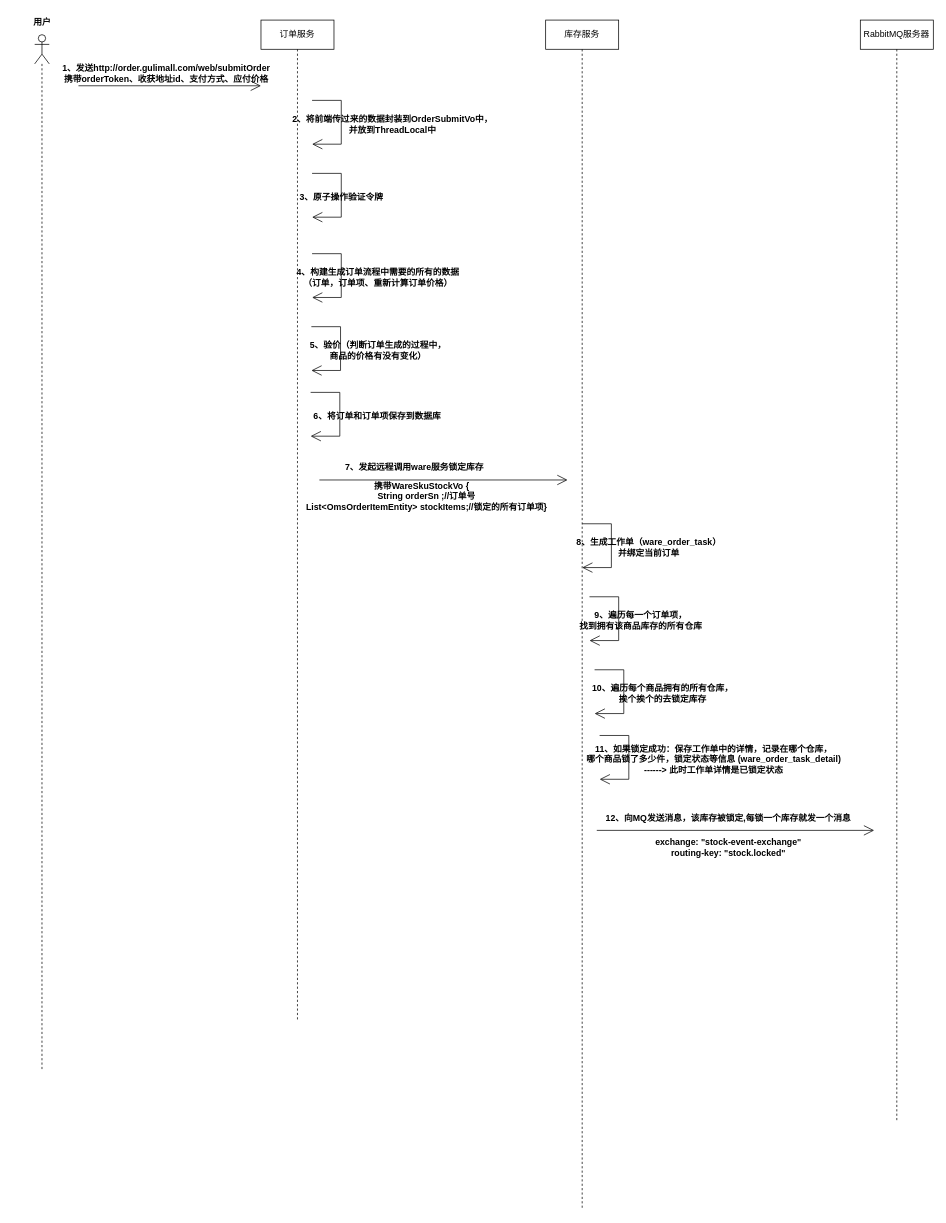
This is ShopBusiness/提交订单.drawio from Chaimek/LearnPictures, a draw.io file, before an edit. Source tidied: cells renumbered, new cells numbered last; positions are measured from the earlier drawing's top-left corner, leaving out a move shared by most shapes. Both pictures are drawn from the tidied source at 73%, with x=0, y=0 at pixel (12, 12).
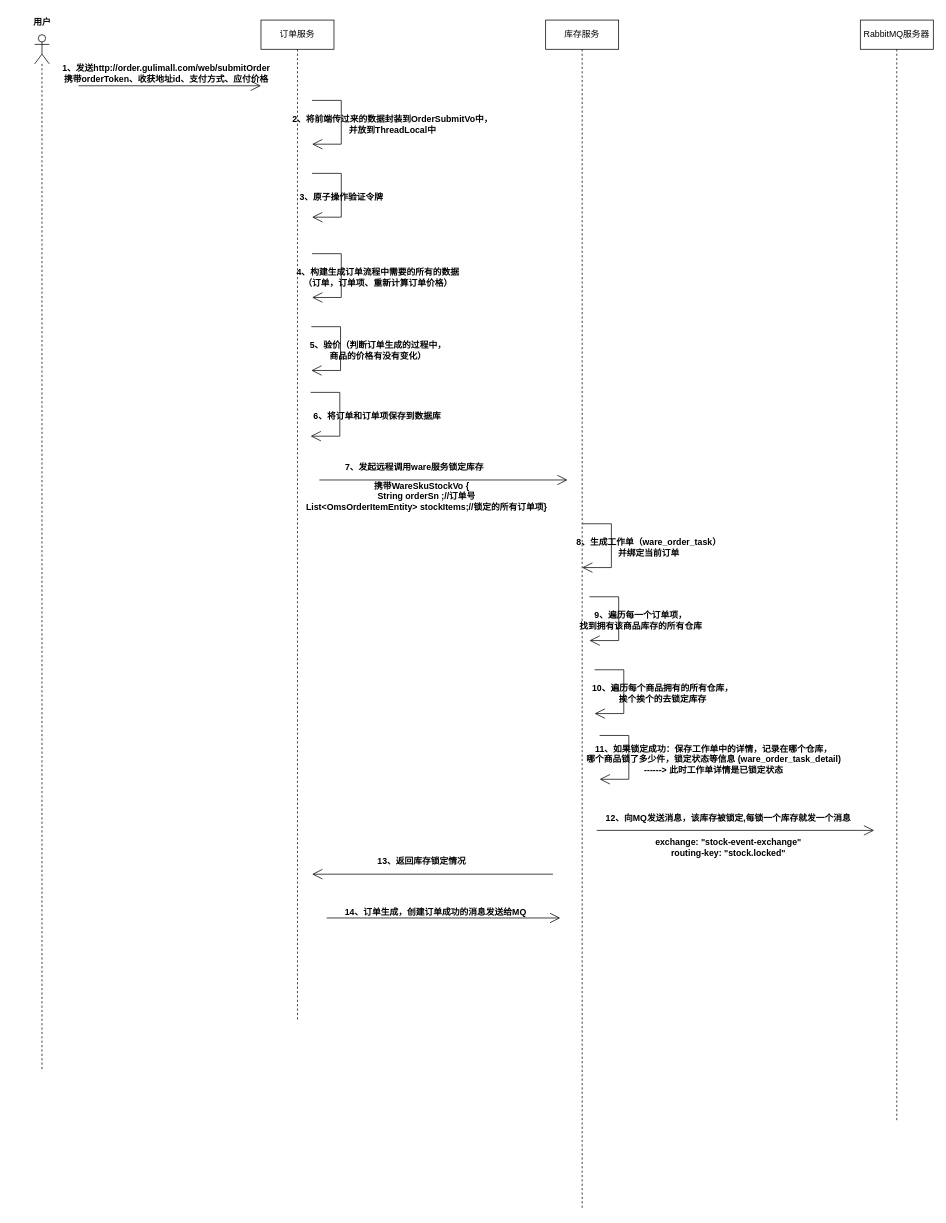
The same diagram, later.

Commit message (it also covers changes not shown here):
更新提交订单.drawio

Change to the diagram source:
```diff
@@
+    <mxCell id="40" style="endArrow=open;endFill=1;endSize=12;html=1;rounded=0;" parent="1" edge="1">
+      <mxGeometry relative="1" as="geometry">
+        <mxPoint x="740" y="1180" as="sourcePoint" />
+        <mxPoint x="410" y="1180" as="targetPoint" />
+      </mxGeometry>
+    </mxCell>
+    <mxCell id="41" value="13、返回库存锁定情况" style="text;align=center;fontStyle=1;verticalAlign=middle;spacingLeft=3;spacingRight=3;strokeColor=none;html=1;" parent="1" vertex="1">
+      <mxGeometry x="520" y="1149" width="80" height="26" as="geometry" />
+    </mxCell>
+    <mxCell id="42" style="endArrow=open;endFill=1;endSize=12;html=1;rounded=0;" parent="1" edge="1">
+      <mxGeometry relative="1" as="geometry">
+        <mxPoint x="430" y="1240" as="sourcePoint" />
+        <mxPoint x="750" y="1240" as="targetPoint" />
+      </mxGeometry>
+    </mxCell>
+    <mxCell id="43" value="14、订单生成，创建订单成功的消息发送给MQ" style="text;align=center;fontStyle=1;verticalAlign=middle;spacingLeft=3;spacingRight=3;strokeColor=none;html=1;" parent="1" vertex="1">
+      <mxGeometry x="539" y="1220" width="80" height="26" as="geometry" />
+    </mxCell>
```
